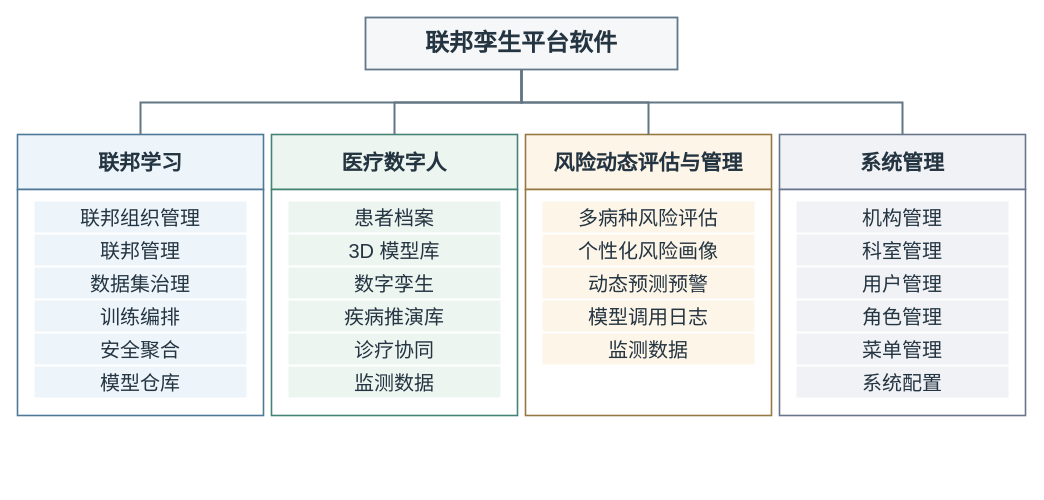
Before: docs/438c/merge/figures/federated-twin-software-modules.drawio in medol-labs/federation-learning, a draw.io diagram. Source tidied: cells renumbered, new cells numbered last; positions are measured from the earlier drawing's top-left corner, leaving out a move shared by most shapes. Both pictures are drawn from the tidied source at 100%, with x=0, y=0 at pixel (17, 17).
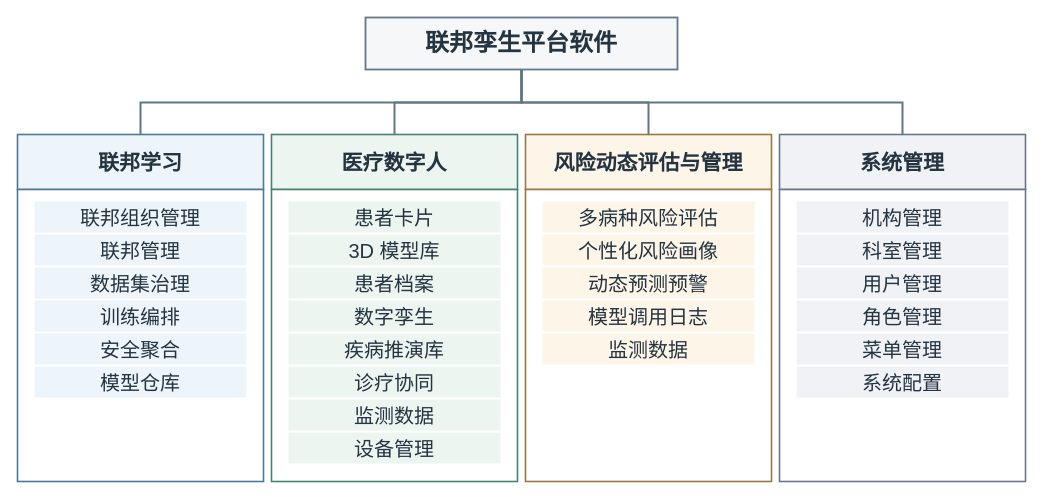
The same page after the edit.

Diff of the diagram source:
```diff
@@
     <mxCell id="4" style="fontFamily=PingFang SC;fontColor=#243440;html=0;whiteSpace=wrap;rounded=0;fillColor=#FFFFFF;strokeColor=#4D7898;strokeWidth=1.6;" parent="1" vertex="1">
-      <mxGeometry y="172" width="246" height="226" as="geometry" />
+      <mxGeometry y="172" width="246" height="292" as="geometry" />
     </mxCell>
@@
     <mxCell id="12" style="fontFamily=PingFang SC;fontColor=#243440;html=0;whiteSpace=wrap;rounded=0;fillColor=#FFFFFF;strokeColor=#458374;strokeWidth=1.6;" parent="1" vertex="1">
-      <mxGeometry x="254" y="172" width="246" height="226" as="geometry" />
+      <mxGeometry x="254" y="172" width="246" height="292" as="geometry" />
     </mxCell>
+    <mxCell id="38" value="患者卡片" style="fontFamily=PingFang SC;fontColor=#243440;html=0;whiteSpace=wrap;rounded=0;fillColor=#EDF5F1;strokeColor=none;fontSize=20;" parent="1" vertex="1">
+      <mxGeometry x="271" y="184" width="212" height="31" as="geometry" />
+    </mxCell>
     <mxCell id="13" value="患者档案" style="fontFamily=PingFang SC;fontColor=#243440;html=0;whiteSpace=wrap;rounded=0;fillColor=#EDF5F1;strokeColor=none;fontSize=20;" parent="1" vertex="1">
-      <mxGeometry x="271" y="184" width="212" height="31" as="geometry" />
+      <mxGeometry x="271" y="250" width="212" height="31" as="geometry" />
     </mxCell>
@@
     <mxCell id="15" value="数字孪生" style="fontFamily=PingFang SC;fontColor=#243440;html=0;whiteSpace=wrap;rounded=0;fillColor=#EDF5F1;strokeColor=none;fontSize=20;" parent="1" vertex="1">
-      <mxGeometry x="271" y="250" width="212" height="31" as="geometry" />
+      <mxGeometry x="271" y="283" width="212" height="31" as="geometry" />
     </mxCell>
     <mxCell id="16" value="疾病推演库" style="fontFamily=PingFang SC;fontColor=#243440;html=0;whiteSpace=wrap;rounded=0;fillColor=#EDF5F1;strokeColor=none;fontSize=20;" parent="1" vertex="1">
-      <mxGeometry x="271" y="283" width="212" height="31" as="geometry" />
+      <mxGeometry x="271" y="316" width="212" height="31" as="geometry" />
     </mxCell>
     <mxCell id="17" value="诊疗协同" style="fontFamily=PingFang SC;fontColor=#243440;html=0;whiteSpace=wrap;rounded=0;fillColor=#EDF5F1;strokeColor=none;fontSize=20;" parent="1" vertex="1">
-      <mxGeometry x="271" y="316" width="212" height="31" as="geometry" />
+      <mxGeometry x="271" y="349" width="212" height="31" as="geometry" />
     </mxCell>
     <mxCell id="18" value="监测数据" style="fontFamily=PingFang SC;fontColor=#243440;html=0;whiteSpace=wrap;rounded=0;fillColor=#EDF5F1;strokeColor=none;fontSize=20;" parent="1" vertex="1">
-      <mxGeometry x="271" y="349" width="212" height="31" as="geometry" />
+      <mxGeometry x="271" y="382" width="212" height="31" as="geometry" />
     </mxCell>
+    <mxCell id="39" value="设备管理" style="fontFamily=PingFang SC;fontColor=#243440;html=0;whiteSpace=wrap;rounded=0;fillColor=#EDF5F1;strokeColor=none;fontSize=20;" parent="1" vertex="1">
+      <mxGeometry x="271" y="415" width="212" height="31" as="geometry" />
+    </mxCell>
@@
     <mxCell id="20" style="fontFamily=PingFang SC;fontColor=#243440;html=0;whiteSpace=wrap;rounded=0;fillColor=#FFFFFF;strokeColor=#987842;strokeWidth=1.6;" parent="1" vertex="1">
-      <mxGeometry x="508" y="172" width="246" height="226" as="geometry" />
+      <mxGeometry x="508" y="172" width="246" height="292" as="geometry" />
     </mxCell>
@@
     <mxCell id="27" style="fontFamily=PingFang SC;fontColor=#243440;html=0;whiteSpace=wrap;rounded=0;fillColor=#FFFFFF;strokeColor=#68758B;strokeWidth=1.6;" parent="1" vertex="1">
-      <mxGeometry x="762" y="172" width="246" height="226" as="geometry" />
+      <mxGeometry x="762" y="172" width="246" height="292" as="geometry" />
     </mxCell>
```
